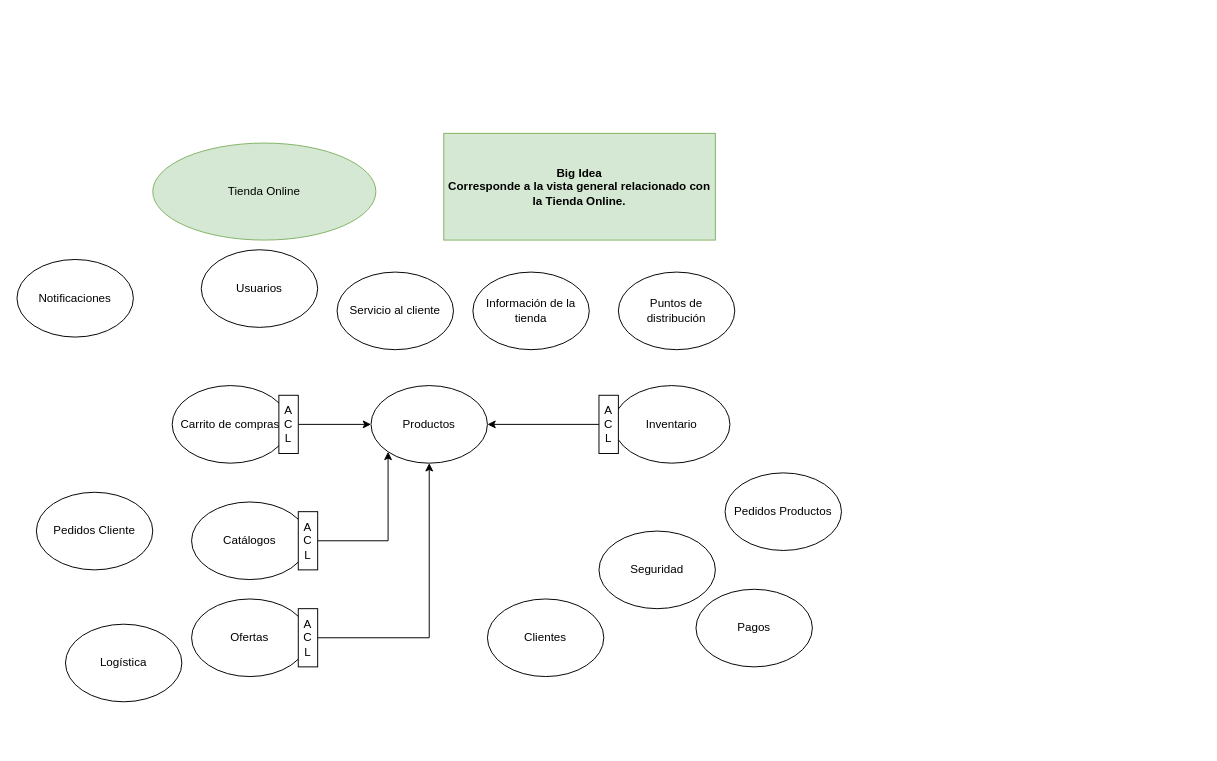
Before: TiendaOnline_Disenio.drawio in andrescardo98/doo, a draw.io diagram. Source tidied: cells renumbered, new cells numbered last; positions are measured from the earlier drawing's top-left corner, leaving out a move shared by most shapes. Both pictures are drawn from the tidied source at 97%, with x=0, y=0 at pixel (16, 133).
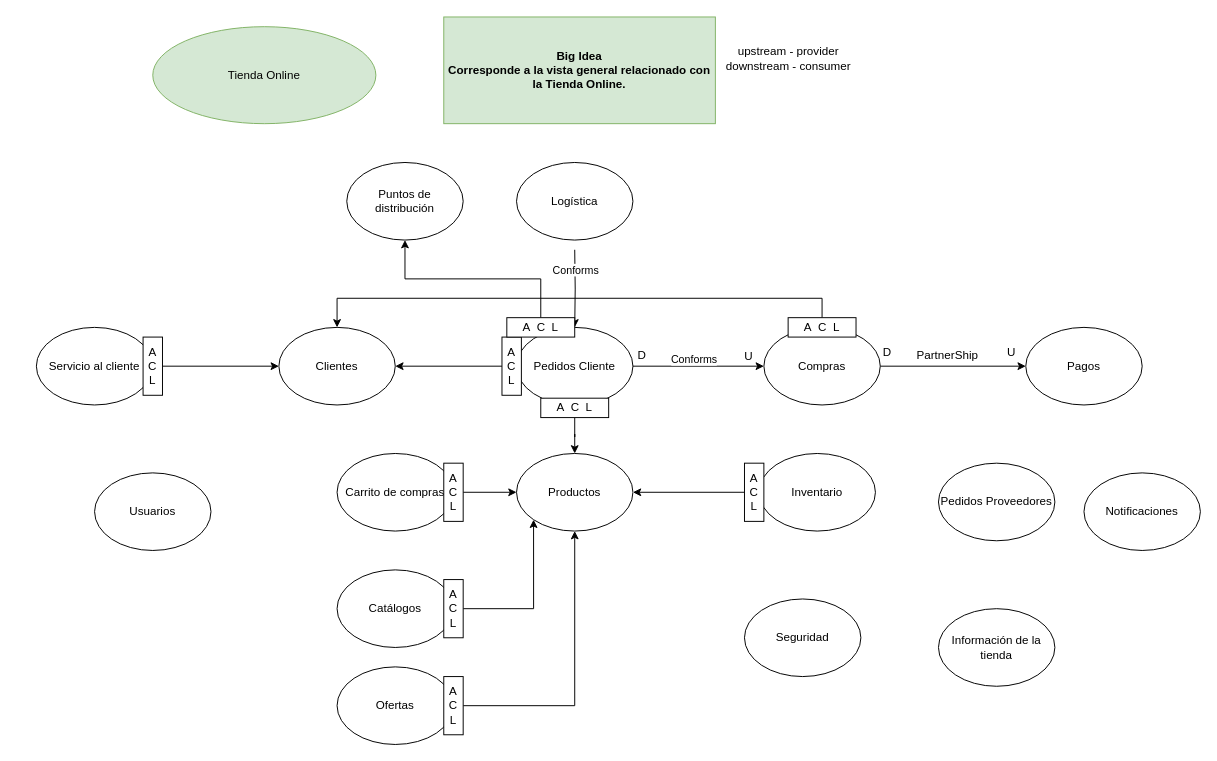
The same page after the edit.

The edit, as a diff of the source:
```diff
@@
     <mxCell id="2" value="Tienda Online" style="ellipse;whiteSpace=wrap;html=1;fillColor=#d5e8d4;strokeColor=#82b366;" parent="1" vertex="1">
-      <mxGeometry x="140" y="10" width="230" height="100" as="geometry" />
+      <mxGeometry x="140" y="-110" width="230" height="100" as="geometry" />
     </mxCell>
     <mxCell id="3" value="&lt;b&gt;Big Idea&lt;br&gt;Corresponde a la vista general relacionado con la Tienda Online.&lt;br&gt;&lt;/b&gt;" style="rounded=0;whiteSpace=wrap;html=1;fillColor=#d5e8d4;strokeColor=#82b366;" parent="1" vertex="1">
-      <mxGeometry x="440" width="280" height="110" as="geometry" />
+      <mxGeometry x="440" y="-120" width="280" height="110" as="geometry" />
     </mxCell>
     <mxCell id="4" value="Carrito de compras" style="ellipse;whiteSpace=wrap;html=1;" parent="1" vertex="1">
-      <mxGeometry x="160" y="260" width="120" height="80" as="geometry" />
+      <mxGeometry x="330" y="330" width="120" height="80" as="geometry" />
     </mxCell>
     <mxCell id="5" value="Notificaciones" style="ellipse;whiteSpace=wrap;html=1;" parent="1" vertex="1">
-      <mxGeometry y="130" width="120" height="80" as="geometry" />
+      <mxGeometry x="1100" y="350" width="120" height="80" as="geometry" />
     </mxCell>
     <mxCell id="6" value="Servicio al cliente" style="ellipse;whiteSpace=wrap;html=1;" parent="1" vertex="1">
-      <mxGeometry x="330" y="143" width="120" height="80" as="geometry" />
+      <mxGeometry x="20" y="200" width="120" height="80" as="geometry" />
     </mxCell>
     <mxCell id="7" value="Información de la tienda" style="ellipse;whiteSpace=wrap;html=1;" parent="1" vertex="1">
-      <mxGeometry x="470" y="143" width="120" height="80" as="geometry" />
+      <mxGeometry x="950" y="490" width="120" height="80" as="geometry" />
     </mxCell>
+    <mxCell id="28" style="edgeStyle=orthogonalEdgeStyle;rounded=0;jettySize=auto;html=1;exitX=1;exitY=0.5;exitDx=0;exitDy=0;" parent="1" edge="1" source="8" target="11">
+      <mxGeometry relative="1" as="geometry" />
+    </mxCell>
-    <mxCell id="8" value="Puntos de distribución" style="ellipse;whiteSpace=wrap;html=1;" parent="1" vertex="1">
-      <mxGeometry x="620" y="143" width="120" height="80" as="geometry" />
+    <mxCell id="8" value="Compras" style="ellipse;whiteSpace=wrap;html=1;" parent="1" vertex="1">
+      <mxGeometry x="770" y="200" width="120" height="80" as="geometry" />
     </mxCell>
     <mxCell id="9" value="Usuarios" style="ellipse;whiteSpace=wrap;html=1;" parent="1" vertex="1">
-      <mxGeometry x="190" y="120" width="120" height="80" as="geometry" />
+      <mxGeometry x="80" y="350" width="120" height="80" as="geometry" />
     </mxCell>
     <mxCell id="10" value="Clientes" style="ellipse;whiteSpace=wrap;html=1;" parent="1" vertex="1">
-      <mxGeometry x="485" y="480" width="120" height="80" as="geometry" />
+      <mxGeometry x="270" y="200" width="120" height="80" as="geometry" />
     </mxCell>
     <mxCell id="11" value="Pagos" style="ellipse;whiteSpace=wrap;html=1;" parent="1" vertex="1">
-      <mxGeometry x="700" y="470" width="120" height="80" as="geometry" />
+      <mxGeometry x="1040" y="200" width="120" height="80" as="geometry" />
     </mxCell>
+    <mxCell id="29" style="edgeStyle=orthogonalEdgeStyle;rounded=0;jettySize=auto;html=1;exitX=1;exitY=0.5;exitDx=0;exitDy=0;entryX=0;entryY=0.5;entryDx=0;entryDy=0;" parent="1" edge="1" source="12" target="8">
+      <mxGeometry relative="1" as="geometry" />
+    </mxCell>
+    <mxCell id="30" value="Conforms" style="edgeLabel;html=1;align=center;verticalAlign=middle;" parent="29" vertex="1">
+      <mxGeometry x="-0.32" y="5" relative="1" as="geometry">
+        <mxPoint x="16" y="-3" as="offset" />
+      </mxGeometry>
+    </mxCell>
     <mxCell id="12" value="Pedidos Cliente" style="ellipse;whiteSpace=wrap;html=1;" parent="1" vertex="1">
-      <mxGeometry x="20" y="370" width="120" height="80" as="geometry" />
+      <mxGeometry x="515" y="200" width="120" height="80" as="geometry" />
     </mxCell>
-    <mxCell id="13" value="Pedidos Productos" style="ellipse;whiteSpace=wrap;html=1;" parent="1" vertex="1">
-      <mxGeometry x="730" y="350" width="120" height="80" as="geometry" />
+    <mxCell id="13" value="Pedidos Proveedores" style="ellipse;whiteSpace=wrap;html=1;" parent="1" vertex="1">
+      <mxGeometry x="950" y="340" width="120" height="80" as="geometry" />
     </mxCell>
     <mxCell id="14" value="Productos" style="ellipse;whiteSpace=wrap;html=1;" parent="1" vertex="1">
-      <mxGeometry x="365" y="260" width="120" height="80" as="geometry" />
+      <mxGeometry x="515" y="330" width="120" height="80" as="geometry" />
     </mxCell>
     <mxCell id="15" value="Inventario" style="ellipse;whiteSpace=wrap;html=1;" parent="1" vertex="1">
-      <mxGeometry x="615" y="260" width="120" height="80" as="geometry" />
+      <mxGeometry x="765" y="330" width="120" height="80" as="geometry" />
     </mxCell>
     <mxCell id="16" value="Catálogos" style="ellipse;whiteSpace=wrap;html=1;" parent="1" vertex="1">
-      <mxGeometry x="180" y="380" width="120" height="80" as="geometry" />
+      <mxGeometry x="330" y="450" width="120" height="80" as="geometry" />
     </mxCell>
     <mxCell id="17" value="Ofertas" style="ellipse;whiteSpace=wrap;html=1;" parent="1" vertex="1">
-      <mxGeometry x="180" y="480" width="120" height="80" as="geometry" />
+      <mxGeometry x="330" y="550" width="120" height="80" as="geometry" />
     </mxCell>
     <mxCell id="18" value="Seguridad" style="ellipse;whiteSpace=wrap;html=1;" parent="1" vertex="1">
-      <mxGeometry x="600" y="410" width="120" height="80" as="geometry" />
+      <mxGeometry x="750" y="480" width="120" height="80" as="geometry" />
     </mxCell>
     <mxCell id="19" value="Logística" style="ellipse;whiteSpace=wrap;html=1;" parent="1" vertex="1">
-      <mxGeometry x="50" y="506" width="120" height="80" as="geometry" />
+      <mxGeometry x="515" y="30" width="120" height="80" as="geometry" />
     </mxCell>
@@
     <mxCell id="21" value="A&lt;br&gt;C&lt;br&gt;L" style="rounded=0;whiteSpace=wrap;html=1;" parent="1" vertex="1">
-      <mxGeometry x="290" y="390" width="20" height="60" as="geometry" />
+      <mxGeometry x="440" y="460" width="20" height="60" as="geometry" />
     </mxCell>
@@
     <mxCell id="23" value="A&lt;br&gt;C&lt;br&gt;L" style="rounded=0;whiteSpace=wrap;html=1;" parent="1" vertex="1">
-      <mxGeometry x="290" y="490" width="20" height="60" as="geometry" />
+      <mxGeometry x="440" y="560" width="20" height="60" as="geometry" />
     </mxCell>
@@
     <mxCell id="25" value="A&lt;br&gt;C&lt;br&gt;L" style="rounded=0;whiteSpace=wrap;html=1;" parent="1" vertex="1">
-      <mxGeometry x="600" y="270" width="20" height="60" as="geometry" />
+      <mxGeometry x="750" y="340" width="20" height="60" as="geometry" />
     </mxCell>
@@
     <mxCell id="27" value="A&lt;br&gt;C&lt;br&gt;L" style="rounded=0;whiteSpace=wrap;html=1;" parent="1" vertex="1">
-      <mxGeometry x="270" y="270" width="20" height="60" as="geometry" />
+      <mxGeometry x="440" y="340" width="20" height="60" as="geometry" />
     </mxCell>
+    <mxCell id="31" style="edgeStyle=orthogonalEdgeStyle;rounded=0;jettySize=auto;html=1;exitX=0.5;exitY=1;exitDx=0;exitDy=0;" parent="1" edge="1" source="32" target="14">
+      <mxGeometry relative="1" as="geometry" />
+    </mxCell>
+    <mxCell id="32" value="A&amp;nbsp; C&amp;nbsp; L" style="rounded=0;whiteSpace=wrap;html=1;" parent="1" vertex="1">
+      <mxGeometry x="540" y="273" width="70" height="20" as="geometry" />
+    </mxCell>
+    <mxCell id="33" value="Puntos de distribución" style="ellipse;whiteSpace=wrap;html=1;" parent="1" vertex="1">
+      <mxGeometry x="340" y="30" width="120" height="80" as="geometry" />
+    </mxCell>
+    <mxCell id="34" value="PartnerShip" style="text;html=1;align=center;verticalAlign=middle;strokeColor=none;fillColor=none;" parent="1" vertex="1">
+      <mxGeometry x="914" y="214" width="90" height="30" as="geometry" />
+    </mxCell>
+    <mxCell id="35" value="upstream - provider&lt;br&gt;downstream - consumer" style="text;html=1;align=center;verticalAlign=middle;strokeColor=none;fillColor=none;" parent="1" vertex="1">
+      <mxGeometry x="720" y="-97" width="150" height="40" as="geometry" />
+    </mxCell>
+    <mxCell id="36" value="D" style="text;html=1;align=center;verticalAlign=middle;strokeColor=none;fillColor=none;" parent="1" vertex="1">
+      <mxGeometry x="629" y="214" width="30" height="30" as="geometry" />
+    </mxCell>
+    <mxCell id="37" value="U" style="text;html=1;align=center;verticalAlign=middle;strokeColor=none;fillColor=none;" parent="1" vertex="1">
+      <mxGeometry x="739" y="215" width="30" height="30" as="geometry" />
+    </mxCell>
+    <mxCell id="38" value="D" style="text;html=1;align=center;verticalAlign=middle;strokeColor=none;fillColor=none;" parent="1" vertex="1">
+      <mxGeometry x="882" y="211" width="30" height="30" as="geometry" />
+    </mxCell>
+    <mxCell id="39" value="U" style="text;html=1;align=center;verticalAlign=middle;strokeColor=none;fillColor=none;" parent="1" vertex="1">
+      <mxGeometry x="1010" y="211" width="30" height="30" as="geometry" />
+    </mxCell>
+    <mxCell id="40" style="edgeStyle=orthogonalEdgeStyle;rounded=0;jettySize=auto;html=1;exitX=0;exitY=0.5;exitDx=0;exitDy=0;entryX=1;entryY=0.5;entryDx=0;entryDy=0;" parent="1" edge="1" source="41" target="10">
+      <mxGeometry relative="1" as="geometry" />
+    </mxCell>
+    <mxCell id="41" value="A&lt;br&gt;C&lt;br&gt;L" style="rounded=0;whiteSpace=wrap;html=1;" parent="1" vertex="1">
+      <mxGeometry x="500" y="210" width="20" height="60" as="geometry" />
+    </mxCell>
+    <mxCell id="42" style="edgeStyle=orthogonalEdgeStyle;rounded=0;jettySize=auto;html=1;exitX=0.5;exitY=0;exitDx=0;exitDy=0;entryX=0.5;entryY=0;entryDx=0;entryDy=0;" parent="1" edge="1" source="43" target="10">
+      <mxGeometry relative="1" as="geometry" />
+    </mxCell>
+    <mxCell id="43" value="A&amp;nbsp; C&amp;nbsp; L" style="rounded=0;whiteSpace=wrap;html=1;" parent="1" vertex="1">
+      <mxGeometry x="795" y="190" width="70" height="20" as="geometry" />
+    </mxCell>
+    <mxCell id="44" style="edgeStyle=orthogonalEdgeStyle;rounded=0;jettySize=auto;html=1;exitX=1;exitY=0.5;exitDx=0;exitDy=0;" parent="1" edge="1" source="45" target="10">
+      <mxGeometry relative="1" as="geometry" />
+    </mxCell>
+    <mxCell id="45" value="A&lt;br&gt;C&lt;br&gt;L" style="rounded=0;whiteSpace=wrap;html=1;" parent="1" vertex="1">
+      <mxGeometry x="130" y="210" width="20" height="60" as="geometry" />
+    </mxCell>
+    <mxCell id="46" style="edgeStyle=orthogonalEdgeStyle;rounded=0;jettySize=auto;html=1;exitX=0.5;exitY=1;exitDx=0;exitDy=0;entryX=0.5;entryY=0;entryDx=0;entryDy=0;" parent="1" edge="1" target="12">
+      <mxGeometry relative="1" as="geometry">
+        <mxPoint x="575" y="120" as="sourcePoint" />
+      </mxGeometry>
+    </mxCell>
+    <mxCell id="47" value="Conforms" style="edgeLabel;html=1;align=center;verticalAlign=middle;" parent="1" vertex="1">
+      <mxGeometry x="575" y="140" as="geometry" />
+    </mxCell>
+    <mxCell id="48" style="edgeStyle=orthogonalEdgeStyle;rounded=0;jettySize=auto;html=1;exitX=0.5;exitY=0;exitDx=0;exitDy=0;entryX=0.5;entryY=1;entryDx=0;entryDy=0;" parent="1" edge="1" source="49" target="33">
+      <mxGeometry relative="1" as="geometry" />
+    </mxCell>
+    <mxCell id="49" value="A&amp;nbsp; C&amp;nbsp; L" style="rounded=0;whiteSpace=wrap;html=1;" parent="1" vertex="1">
+      <mxGeometry x="505" y="190" width="70" height="20" as="geometry" />
+    </mxCell>
```
